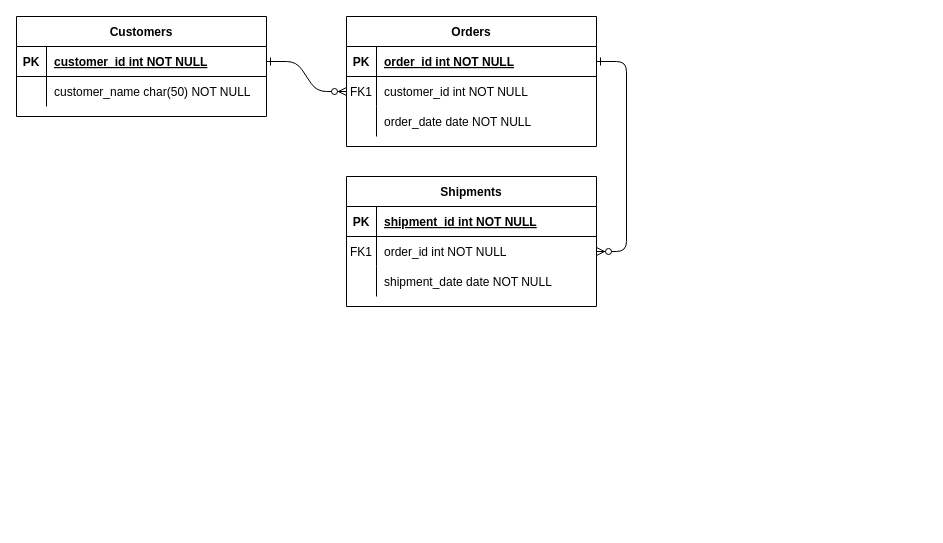
Earlier version of the draw.io diagram 1trb/docs/Modelos/Diagrama REL/Diagrama.drawio (DanCas09/SI). Source tidied: cells renumbered, new cells numbered last; positions are measured from the earlier drawing's top-left corner, leaving out a move shared by most shapes. Both pictures are drawn from the tidied source at 100%, with x=0, y=0 at pixel (16, 16).
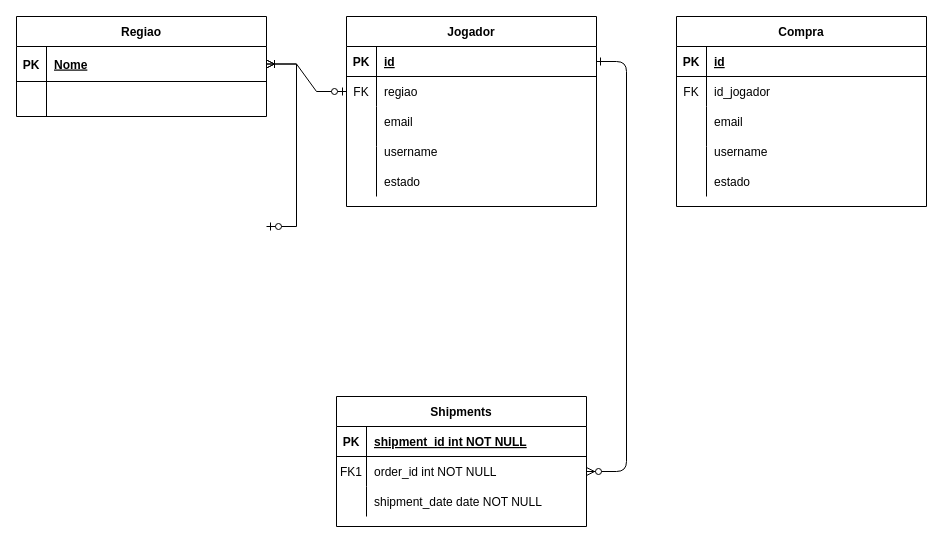
The same diagram, later.

Unchanged cells that the change refers to:
```xml
<mxCell id="5" style="shape=partialRectangle;fillColor=none;points=[[0,0.5],[1,0.5]];portConstraint=eastwest;top=0;left=0;right=0;bottom=1;" parent="4" vertex="1">
  <mxGeometry y="30" width="250" height="30" as="geometry" />
</mxCell>
<mxCell id="8" style="shape=partialRectangle;fillColor=none;points=[[0,0.5],[1,0.5]];portConstraint=eastwest;top=0;left=0;right=0;bottom=0;" parent="4" vertex="1">
  <mxGeometry y="60" width="250" height="30" as="geometry" />
</mxCell>
```

Diff of the diagram source:
```diff
@@
-    <mxCell id="2" style="edgeStyle=entityRelationEdgeStyle;endArrow=ERzeroToMany;startArrow=ERone;endFill=1;startFill=0;" parent="1" edge="1" source="25" target="8">
-      <mxGeometry relative="1" as="geometry" />
-    </mxCell>
@@
-    <mxCell id="4" value="Orders" style="shape=table;startSize=30;childLayout=tableLayout;rowLines=0;fontStyle=1;align=center;" parent="1" vertex="1">
-      <mxGeometry x="330" width="250" height="130" as="geometry" />
+    <mxCell id="4" value="Jogador" style="shape=table;startSize=30;childLayout=tableLayout;rowLines=0;fontStyle=1;align=center;columnLines=1;" parent="1" vertex="1">
+      <mxGeometry x="330" width="250" height="190" as="geometry" />
     </mxCell>
@@
-    <mxCell id="7" value="order_id int NOT NULL " style="shape=partialRectangle;overflow=hidden;fillColor=none;top=0;left=0;bottom=0;right=0;align=left;spacingLeft=6;fontStyle=5;" parent="5" vertex="1">
+    <mxCell id="7" value="id" style="shape=partialRectangle;overflow=hidden;fillColor=none;top=0;left=0;bottom=0;right=0;align=left;spacingLeft=6;fontStyle=5;" parent="5" vertex="1">
       <mxGeometry x="30" width="220" height="30" as="geometry" />
     </mxCell>
@@
-    <mxCell id="9" value="FK1" style="shape=partialRectangle;overflow=hidden;fillColor=none;top=0;left=0;bottom=0;right=0;" parent="8" vertex="1">
+    <mxCell id="9" value="FK" style="shape=partialRectangle;overflow=hidden;fillColor=none;top=0;left=0;bottom=0;right=0;" parent="8" vertex="1">
       <mxGeometry width="30" height="30" as="geometry" />
     </mxCell>
-    <mxCell id="10" value="customer_id int NOT NULL" style="shape=partialRectangle;overflow=hidden;fillColor=none;top=0;left=0;bottom=0;right=0;align=left;spacingLeft=6;" parent="8" vertex="1">
+    <mxCell id="10" value="regiao" style="shape=partialRectangle;overflow=hidden;fillColor=none;top=0;left=0;bottom=0;right=0;align=left;spacingLeft=6;" parent="8" vertex="1">
       <mxGeometry x="30" width="220" height="30" as="geometry" />
     </mxCell>
     <mxCell id="11" style="shape=partialRectangle;fillColor=none;top=0;left=0;right=0;bottom=0;" parent="4" vertex="1">
-      <mxGeometry y="90" width="250" height="30" as="geometry" />
+      <mxGeometry y="90" width="250" height="40" as="geometry" />
     </mxCell>
     <mxCell id="12" style="shape=partialRectangle;overflow=hidden;fillColor=none;top=0;left=0;bottom=0;right=0;" parent="11" vertex="1">
-      <mxGeometry width="30" height="30" as="geometry" />
+      <mxGeometry width="30" height="40" as="geometry" />
     </mxCell>
-    <mxCell id="13" value="order_date date NOT NULL" style="shape=partialRectangle;overflow=hidden;fillColor=none;top=0;left=0;bottom=0;right=0;align=left;spacingLeft=6;" parent="11" vertex="1">
-      <mxGeometry x="30" width="220" height="30" as="geometry" />
+    <mxCell id="13" style="shape=partialRectangle;overflow=hidden;fillColor=none;top=0;left=0;bottom=0;right=0;align=left;spacingLeft=6;" parent="11" vertex="1">
+      <mxGeometry x="30" width="220" height="40" as="geometry" />
     </mxCell>
     <mxCell id="14" value="Shipments" style="shape=table;startSize=30;childLayout=tableLayout;rowLines=0;fontStyle=1;align=center;" parent="1" vertex="1">
-      <mxGeometry x="330" y="160" width="250" height="130" as="geometry" />
+      <mxGeometry x="320" y="380" width="250" height="130" as="geometry" />
     </mxCell>
@@
-    <mxCell id="24" value="Customers" style="shape=table;startSize=30;childLayout=tableLayout;rowLines=0;fontStyle=1;align=center;" parent="1" vertex="1">
+    <mxCell id="24" value="Regiao" style="shape=table;startSize=30;childLayout=tableLayout;rowLines=0;fontStyle=1;align=center;swimlaneLine=1;perimeterSpacing=0;flipH=1;gradientColor=none;columnLines=1;horizontal=1;right=1;swimlaneHead=1;swimlaneBody=1;top=1;bottom=1;left=1;separatorColor=none;fixDash=0;" parent="1" vertex="1">
       <mxGeometry width="250" height="100" as="geometry" />
     </mxCell>
     <mxCell id="25" style="shape=partialRectangle;fillColor=none;points=[[0,0.5],[1,0.5]];portConstraint=eastwest;top=0;left=0;right=0;bottom=1;" parent="24" vertex="1">
-      <mxGeometry y="30" width="250" height="30" as="geometry" />
+      <mxGeometry y="30" width="250" height="35" as="geometry" />
     </mxCell>
     <mxCell id="26" value="PK" style="shape=partialRectangle;overflow=hidden;fillColor=none;top=0;left=0;bottom=0;right=0;fontStyle=1;" parent="25" vertex="1">
-      <mxGeometry width="30" height="30" as="geometry" />
+      <mxGeometry width="30" height="35" as="geometry" />
     </mxCell>
-    <mxCell id="27" value="customer_id int NOT NULL " style="shape=partialRectangle;overflow=hidden;fillColor=none;top=0;left=0;bottom=0;right=0;align=left;spacingLeft=6;fontStyle=5;" parent="25" vertex="1">
-      <mxGeometry x="30" width="220" height="30" as="geometry" />
+    <mxCell id="27" value="Nome" style="shape=partialRectangle;overflow=hidden;fillColor=none;top=0;left=0;bottom=0;right=0;align=left;spacingLeft=6;fontStyle=5;" parent="25" vertex="1">
+      <mxGeometry x="30" width="220" height="35" as="geometry" />
     </mxCell>
     <mxCell id="28" style="shape=partialRectangle;fillColor=none;top=0;left=0;right=0;bottom=0;" parent="24" vertex="1">
-      <mxGeometry y="60" width="250" height="30" as="geometry" />
+      <mxGeometry y="65" width="250" height="35" as="geometry" />
     </mxCell>
     <mxCell id="29" style="shape=partialRectangle;overflow=hidden;fillColor=none;top=0;left=0;bottom=0;right=0;" parent="28" vertex="1">
-      <mxGeometry width="30" height="30" as="geometry" />
+      <mxGeometry width="30" height="35" as="geometry" />
     </mxCell>
-    <mxCell id="30" value="customer_name char(50) NOT NULL" style="shape=partialRectangle;overflow=hidden;fillColor=none;top=0;left=0;bottom=0;right=0;align=left;spacingLeft=6;" parent="28" vertex="1">
-      <mxGeometry x="30" width="220" height="30" as="geometry" />
+    <mxCell id="30" style="shape=partialRectangle;overflow=hidden;fillColor=none;top=0;left=0;bottom=0;right=0;align=left;spacingLeft=6;" parent="28" vertex="1">
+      <mxGeometry x="30" width="220" height="35" as="geometry" />
     </mxCell>
+    <mxCell id="31" style="edgeStyle=entityRelationEdgeStyle;fontSize=12;html=1;endArrow=ERoneToMany;startArrow=ERzeroToOne;rounded=0;entryX=1;entryY=0.5;entryDx=0;entryDy=0;exitX=0;exitY=0.5;exitDx=0;exitDy=0;" parent="1" edge="1" source="8" target="25">
+      <mxGeometry relative="1" as="geometry" />
+    </mxCell>
+    <mxCell id="32" style="shape=partialRectangle;overflow=hidden;fillColor=none;top=0;left=0;bottom=0;right=0;" parent="1" vertex="1">
+      <mxGeometry x="330" y="130" width="30" height="40" as="geometry" />
+    </mxCell>
+    <mxCell id="33" style="endArrow=none;html=1;rounded=0;" parent="1" edge="1">
+      <mxGeometry relative="1" as="geometry">
+        <mxPoint x="360" y="180" as="sourcePoint" />
+        <mxPoint x="360" y="130" as="targetPoint" />
+      </mxGeometry>
+    </mxCell>
+    <mxCell id="34" value="email" style="shape=partialRectangle;overflow=hidden;fillColor=none;top=0;left=0;bottom=0;right=0;align=left;spacingLeft=6;" parent="1" vertex="1">
+      <mxGeometry x="360" y="90" width="220" height="30" as="geometry" />
+    </mxCell>
+    <mxCell id="35" value="username" style="shape=partialRectangle;overflow=hidden;fillColor=none;top=0;left=0;bottom=0;right=0;align=left;spacingLeft=6;" parent="1" vertex="1">
+      <mxGeometry x="360" y="120" width="220" height="30" as="geometry" />
+    </mxCell>
+    <mxCell id="36" style="shape=partialRectangle;overflow=hidden;fillColor=none;top=0;left=0;bottom=0;right=0;" parent="1" vertex="1">
+      <mxGeometry x="330" y="90" width="30" height="30" as="geometry" />
+    </mxCell>
+    <mxCell id="37" style="shape=partialRectangle;overflow=hidden;fillColor=none;top=0;left=0;bottom=0;right=0;" parent="1" vertex="1">
+      <mxGeometry x="330" y="120" width="30" height="30" as="geometry" />
+    </mxCell>
+    <mxCell id="38" value="estado" style="shape=partialRectangle;overflow=hidden;fillColor=none;top=0;left=0;bottom=0;right=0;align=left;spacingLeft=6;" parent="1" vertex="1">
+      <mxGeometry x="360" y="150" width="220" height="30" as="geometry" />
+    </mxCell>
+    <mxCell id="39" style="edgeStyle=entityRelationEdgeStyle;fontSize=12;html=1;endArrow=ERoneToMany;startArrow=ERzeroToOne;rounded=0;entryX=1;entryY=0.5;entryDx=0;entryDy=0;" parent="1" edge="1" target="25">
+      <mxGeometry relative="1" as="geometry">
+        <mxPoint x="250" y="210" as="sourcePoint" />
+      </mxGeometry>
+    </mxCell>
+    <mxCell id="40" value="Compra" style="shape=table;startSize=30;childLayout=tableLayout;rowLines=0;fontStyle=1;align=center;columnLines=1;" parent="1" vertex="1">
+      <mxGeometry x="660" width="250" height="190" as="geometry" />
+    </mxCell>
+    <mxCell id="41" style="shape=partialRectangle;fillColor=none;top=0;left=0;right=0;bottom=1;" parent="40" vertex="1">
+      <mxGeometry y="30" width="250" height="30" as="geometry" />
+    </mxCell>
+    <mxCell id="42" value="PK" style="shape=partialRectangle;overflow=hidden;fillColor=none;top=0;left=0;bottom=0;right=0;fontStyle=1;" parent="41" vertex="1">
+      <mxGeometry width="30" height="30" as="geometry" />
+    </mxCell>
+    <mxCell id="43" value="id" style="shape=partialRectangle;overflow=hidden;fillColor=none;top=0;left=0;bottom=0;right=0;align=left;spacingLeft=6;fontStyle=5;" parent="41" vertex="1">
+      <mxGeometry x="30" width="220" height="30" as="geometry" />
+    </mxCell>
+    <mxCell id="44" style="shape=partialRectangle;fillColor=none;top=0;left=0;right=0;bottom=0;" parent="40" vertex="1">
+      <mxGeometry y="60" width="250" height="30" as="geometry" />
+    </mxCell>
+    <mxCell id="45" value="FK" style="shape=partialRectangle;overflow=hidden;fillColor=none;top=0;left=0;bottom=0;right=0;" parent="44" vertex="1">
+      <mxGeometry width="30" height="30" as="geometry" />
+    </mxCell>
+    <mxCell id="46" value="id_jogador" style="shape=partialRectangle;overflow=hidden;fillColor=none;top=0;left=0;bottom=0;right=0;align=left;spacingLeft=6;" parent="44" vertex="1">
+      <mxGeometry x="30" width="220" height="30" as="geometry" />
+    </mxCell>
+    <mxCell id="47" style="shape=partialRectangle;fillColor=none;top=0;left=0;right=0;bottom=0;" parent="40" vertex="1">
+      <mxGeometry y="90" width="250" height="40" as="geometry" />
+    </mxCell>
+    <mxCell id="48" style="shape=partialRectangle;overflow=hidden;fillColor=none;top=0;left=0;bottom=0;right=0;" parent="47" vertex="1">
+      <mxGeometry width="30" height="40" as="geometry" />
+    </mxCell>
+    <mxCell id="49" style="shape=partialRectangle;overflow=hidden;fillColor=none;top=0;left=0;bottom=0;right=0;align=left;spacingLeft=6;" parent="47" vertex="1">
+      <mxGeometry x="30" width="220" height="40" as="geometry" />
+    </mxCell>
+    <mxCell id="50" style="shape=partialRectangle;overflow=hidden;fillColor=none;top=0;left=0;bottom=0;right=0;" parent="1" vertex="1">
+      <mxGeometry x="660" y="130" width="30" height="40" as="geometry" />
+    </mxCell>
+    <mxCell id="51" style="endArrow=none;html=1;rounded=0;" parent="1" edge="1">
+      <mxGeometry relative="1" as="geometry">
+        <mxPoint x="690" y="180" as="sourcePoint" />
+        <mxPoint x="690" y="130" as="targetPoint" />
+      </mxGeometry>
+    </mxCell>
+    <mxCell id="52" value="email" style="shape=partialRectangle;overflow=hidden;fillColor=none;top=0;left=0;bottom=0;right=0;align=left;spacingLeft=6;" parent="1" vertex="1">
+      <mxGeometry x="690" y="90" width="220" height="30" as="geometry" />
+    </mxCell>
+    <mxCell id="53" value="username" style="shape=partialRectangle;overflow=hidden;fillColor=none;top=0;left=0;bottom=0;right=0;align=left;spacingLeft=6;" parent="1" vertex="1">
+      <mxGeometry x="690" y="120" width="220" height="30" as="geometry" />
+    </mxCell>
+    <mxCell id="54" style="shape=partialRectangle;overflow=hidden;fillColor=none;top=0;left=0;bottom=0;right=0;" parent="1" vertex="1">
+      <mxGeometry x="660" y="90" width="30" height="30" as="geometry" />
+    </mxCell>
+    <mxCell id="55" style="shape=partialRectangle;overflow=hidden;fillColor=none;top=0;left=0;bottom=0;right=0;" parent="1" vertex="1">
+      <mxGeometry x="660" y="120" width="30" height="30" as="geometry" />
+    </mxCell>
+    <mxCell id="56" value="estado" style="shape=partialRectangle;overflow=hidden;fillColor=none;top=0;left=0;bottom=0;right=0;align=left;spacingLeft=6;" parent="1" vertex="1">
+      <mxGeometry x="690" y="150" width="220" height="30" as="geometry" />
+    </mxCell>
```
